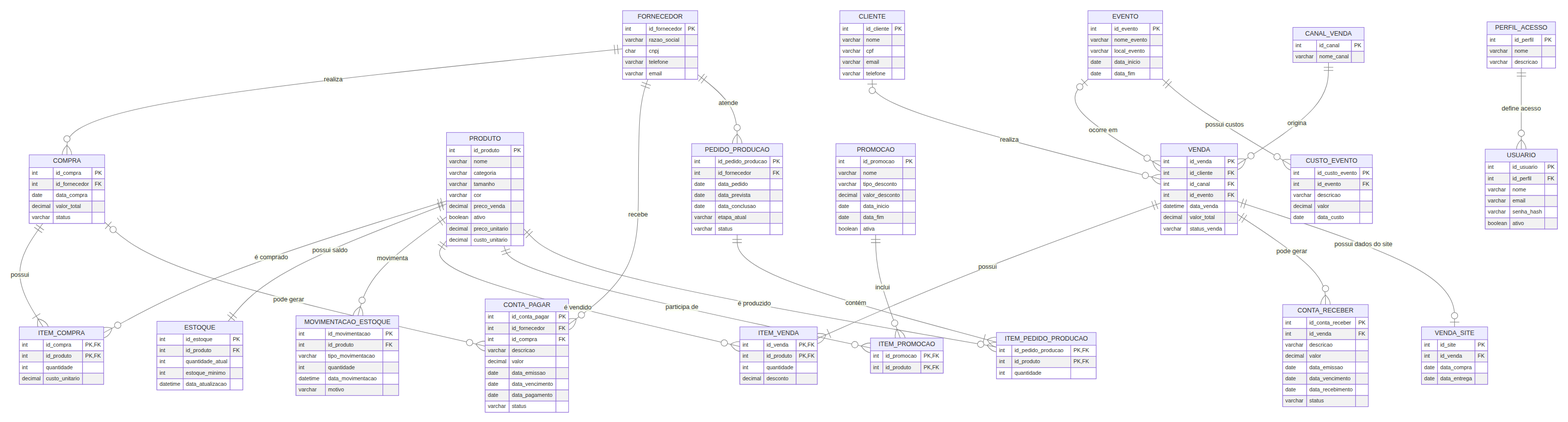
This is model/der.png from Larycronx/Der_Banco_De_Dados, a Mermaid export, as it was before one commit. Its source is kept beside it as model/der.mmd. The source it was exported from:
```mermaid
erDiagram
    FORNECEDOR ||--o{ COMPRA : "realiza"
    COMPRA ||--|{ ITEM_COMPRA : "possui"
    PRODUTO ||--o{ ITEM_COMPRA : "é comprado"
    PRODUTO ||--|| ESTOQUE : "possui saldo"
    PRODUTO ||--o{ MOVIMENTACAO_ESTOQUE : "movimenta"
    CLIENTE o|--o{ VENDA : "realiza"
    CANAL_VENDA ||--o{ VENDA : "origina"
    EVENTO o|--o{ VENDA : "ocorre em"
    VENDA ||--|{ ITEM_VENDA : "possui"
    PRODUTO ||--o{ ITEM_VENDA : "é vendido"
    FORNECEDOR ||--o{ CONTA_PAGAR : "recebe"
    COMPRA o|--o{ CONTA_PAGAR : "pode gerar"
    VENDA ||--o{ CONTA_RECEBER : "pode gerar"
    VENDA ||--o| VENDA_SITE : "possui dados do site"
    EVENTO ||--o{ CUSTO_EVENTO : "possui custos"
    PROMOCAO ||--o{ ITEM_PROMOCAO : "inclui"
    PRODUTO ||--o{ ITEM_PROMOCAO : "participa de"
    FORNECEDOR ||--o{ PEDIDO_PRODUCAO : "atende"
    PEDIDO_PRODUCAO ||--|{ ITEM_PEDIDO_PRODUCAO : "contém"
    PRODUTO ||--o{ ITEM_PEDIDO_PRODUCAO : "é produzido"
    PERFIL_ACESSO ||--o{ USUARIO : "define acesso"

    PRODUTO {
        int id_produto PK
        varchar nome
        varchar categoria
        varchar tamanho
        varchar cor
        decimal preco_venda
        boolean ativo
        decimal preco_unitario
        decimal custo_unitario
    }

    ESTOQUE {
        int id_estoque PK
        int id_produto FK
        int quantidade_atual
        int estoque_minimo
        datetime data_atualizacao
    }

    MOVIMENTACAO_ESTOQUE {
        int id_movimentacao PK
        int id_produto FK
        varchar tipo_movimentacao
        int quantidade
        datetime data_movimentacao
        varchar motivo
    }

    FORNECEDOR {
        int id_fornecedor PK
        varchar razao_social
        char cnpj
        varchar telefone
        varchar email
    }

    COMPRA {
        int id_compra PK
        int id_fornecedor FK
        date data_compra
        decimal valor_total
        varchar status
    }

    ITEM_COMPRA {
        int id_compra PK, FK
        int id_produto PK, FK
        int quantidade
        decimal custo_unitario
    }

    CLIENTE {
        int id_cliente PK
        varchar nome
        varchar cpf
        varchar email
        varchar telefone
    }

    CANAL_VENDA {
        int id_canal PK
        varchar nome_canal
    }

    VENDA_SITE {
        int id_site PK
        int id_venda FK
        date data_compra
        date data_entrega
    }

    EVENTO {
        int id_evento PK
        varchar nome_evento
        varchar local_evento
        date data_inicio
        date data_fim
    }

    VENDA {
        int id_venda PK
        int id_cliente FK
        int id_canal FK
        int id_evento FK
        datetime data_venda
        decimal valor_total
        varchar status_venda
    }

    ITEM_VENDA {
        int id_venda PK, FK
        int id_produto PK, FK
        int quantidade
        decimal desconto
    }

    CONTA_PAGAR {
        int id_conta_pagar PK
        int id_fornecedor FK
        int id_compra FK
        varchar descricao
        decimal valor
        date data_emissao
        date data_vencimento
        date data_pagamento
        varchar status_conta
    }

    CONTA_RECEBER {
        int id_conta_receber PK
        int id_venda FK
        varchar descricao
        decimal valor
        date data_emissao
        date data_vencimento
        date data_recebimento
        varchar status_conta_receber
    }

    PEDIDO_PRODUCAO {
        int id_pedido_producao PK
        int id_fornecedor FK
        date data_pedido
        date data_prevista
        date data_conclusao
        varchar etapa_atual
        varchar status_producao
    }

    ITEM_PEDIDO_PRODUCAO {
        int id_pedido_producao PK, FK
        int id_produto PK, FK
        int quantidade
    }

    CUSTO_EVENTO {
        int id_custo_evento PK
        int id_evento FK
        varchar descricao
        decimal valor
        date data_custo
    }

    PROMOCAO {
        int id_promocao PK
        varchar nome
        varchar tipo_desconto
        decimal valor_desconto
        date data_inicio
        date data_fim
        boolean ativa
    }

    ITEM_PROMOCAO {
        int id_promocao PK, FK
        int id_produto PK, FK
    }

    PERFIL_ACESSO {
        int id_perfil PK
        varchar nome
        varchar descricao
    }

    USUARIO {
        int id_usuario PK
        int id_perfil FK
        varchar nome
        varchar email
        varchar senha_hash
        boolean ativo
    }
```
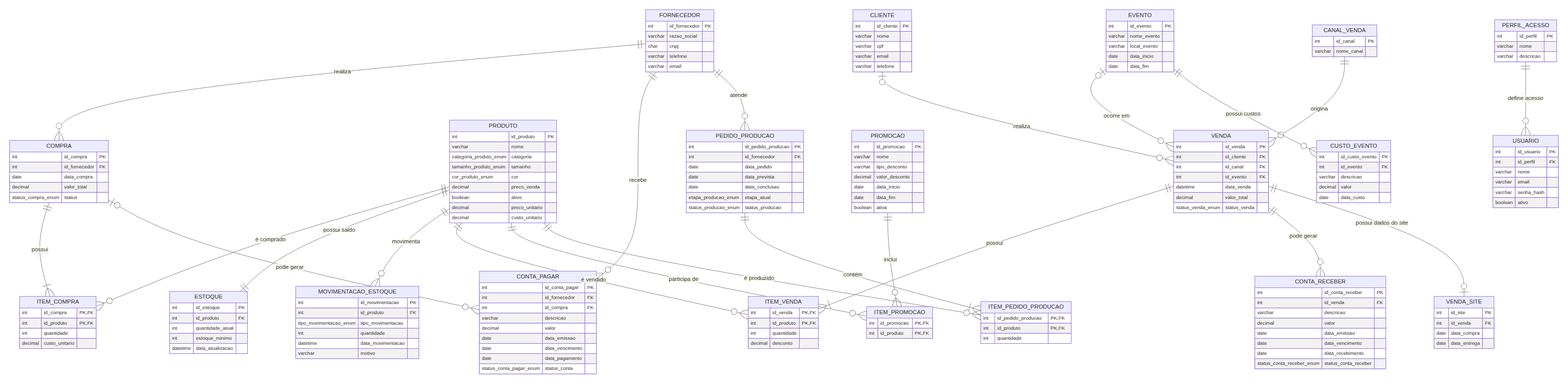
After the change.

Diff of the diagram source:
```diff
@@ -24,9 +24,9 @@
     PRODUTO {
         int id_produto PK
         varchar nome
-        varchar categoria
-        varchar tamanho
-        varchar cor
+        categoria_produto_enum categoria
+        tamanho_produto_enum tamanho
+        cor_produto_enum cor
         decimal preco_venda
         boolean ativo
         decimal preco_unitario
@@ -44,7 +44,7 @@
     MOVIMENTACAO_ESTOQUE {
         int id_movimentacao PK
         int id_produto FK
-        varchar tipo_movimentacao
+        tipo_movimentacao_enum tipo_movimentacao
         int quantidade
         datetime data_movimentacao
         varchar motivo
@@ -63,7 +63,7 @@
         int id_fornecedor FK
         date data_compra
         decimal valor_total
-        varchar status
+        status_compra_enum status
     }
 
     ITEM_COMPRA {
@@ -108,7 +108,7 @@
         int id_evento FK
         datetime data_venda
         decimal valor_total
-        varchar status_venda
+        status_venda_enum status_venda
     }
 
     ITEM_VENDA {
@@ -127,7 +127,7 @@
         date data_emissao
         date data_vencimento
         date data_pagamento
-        varchar status_conta
+        status_conta_pagar_enum status_conta
     }
 
     CONTA_RECEBER {
@@ -138,7 +138,7 @@
         date data_emissao
         date data_vencimento
         date data_recebimento
-        varchar status_conta_receber
+        status_conta_receber_enum status_conta_receber
     }
 
     PEDIDO_PRODUCAO {
@@ -147,8 +147,8 @@
         date data_pedido
         date data_prevista
         date data_conclusao
-        varchar etapa_atual
-        varchar status_producao
+        etapa_producao_enum etapa_atual
+        status_producao_enum status_producao
     }
 
     ITEM_PEDIDO_PRODUCAO {
```
